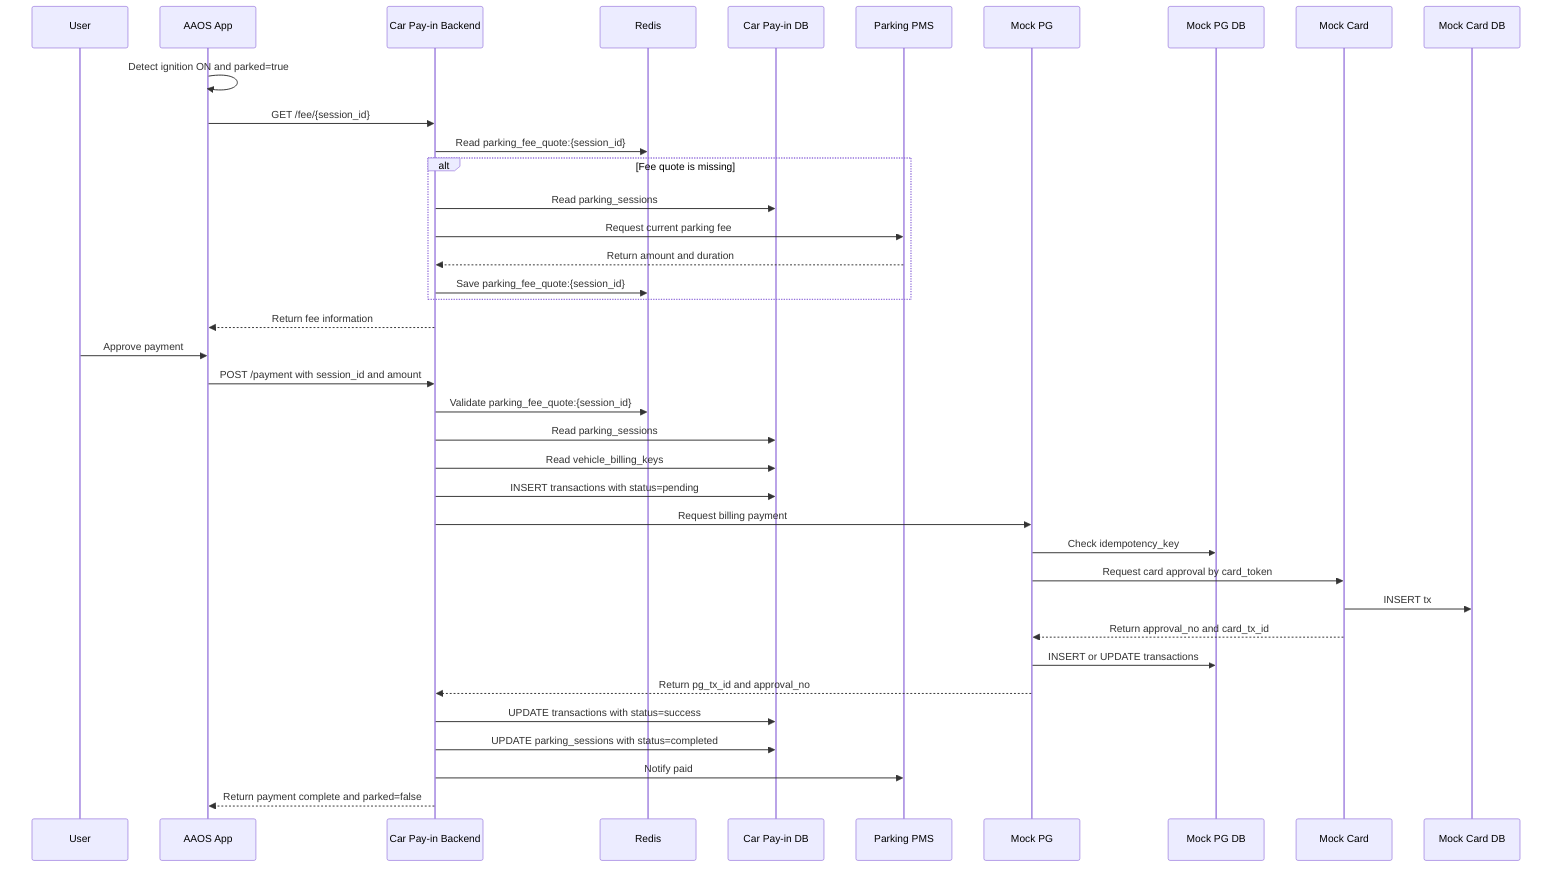
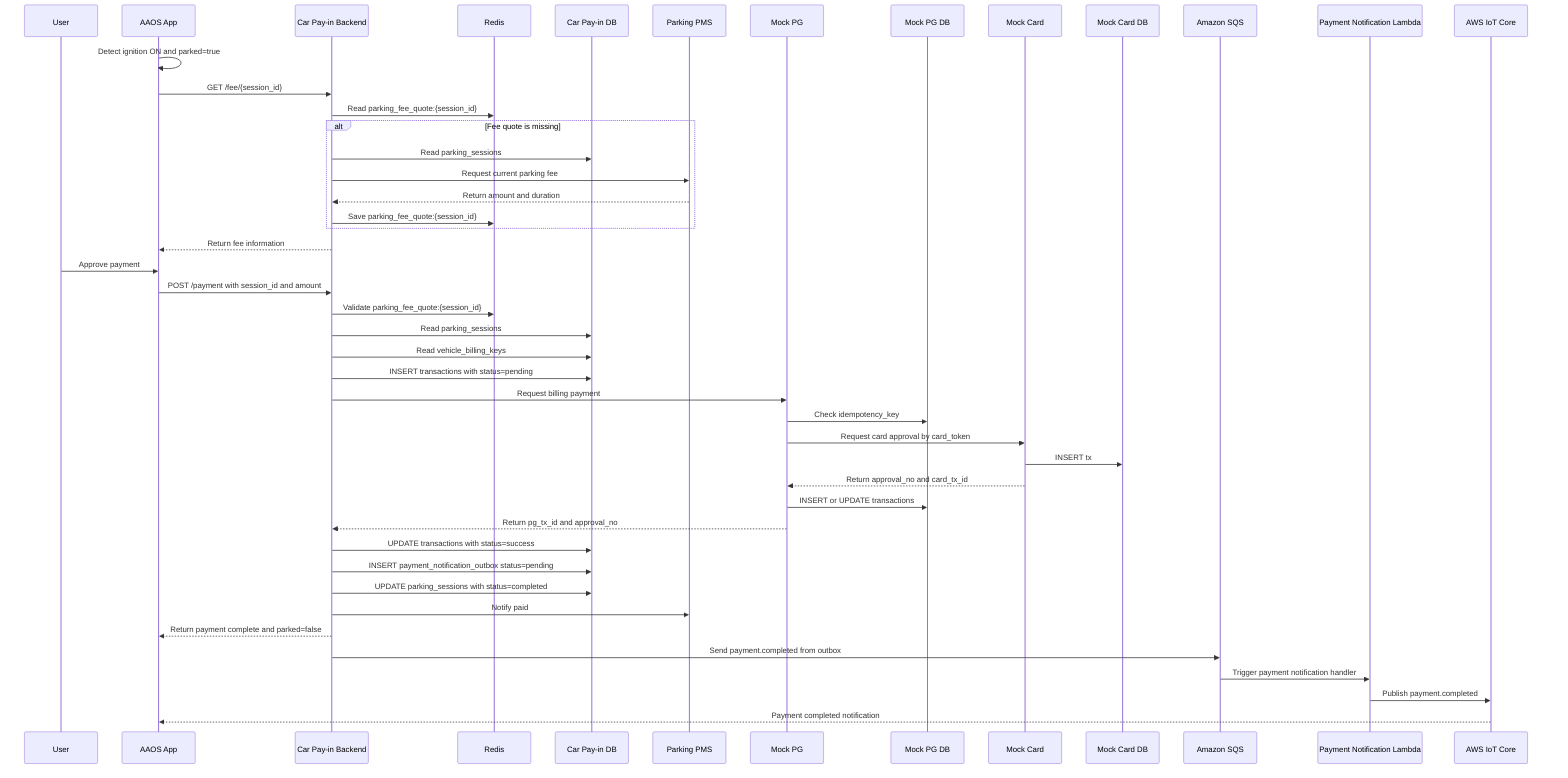
sequenceDiagram
    participant User as User
    participant App as AAOS App
    participant Backend as Car Pay-in Backend
    participant Redis as Redis
    participant DB as Car Pay-in DB
    participant PMS as Parking PMS
    participant PG as Mock PG
    participant PGDB as Mock PG DB
    participant Card as Mock Card
    participant CardDB as Mock Card DB
+     participant SQS as Amazon SQS
+     participant Lambda as Payment Notification Lambda
+     participant IoT as AWS IoT Core

    App->>App: Detect ignition ON and parked=true
    App->>Backend: GET /fee/{session_id}

    Backend->>Redis: Read parking_fee_quote:{session_id}
    alt Fee quote is missing
        Backend->>DB: Read parking_sessions
        Backend->>PMS: Request current parking fee
        PMS-->>Backend: Return amount and duration
        Backend->>Redis: Save parking_fee_quote:{session_id}
    end

    Backend-->>App: Return fee information
    User->>App: Approve payment

    App->>Backend: POST /payment with session_id and amount
    Backend->>Redis: Validate parking_fee_quote:{session_id}
    Backend->>DB: Read parking_sessions
    Backend->>DB: Read vehicle_billing_keys
    Backend->>DB: INSERT transactions with status=pending

    Backend->>PG: Request billing payment
    PG->>PGDB: Check idempotency_key
    PG->>Card: Request card approval by card_token
    Card->>CardDB: INSERT tx
    Card-->>PG: Return approval_no and card_tx_id
    PG->>PGDB: INSERT or UPDATE transactions
    PG-->>Backend: Return pg_tx_id and approval_no

    Backend->>DB: UPDATE transactions with status=success
+     Backend->>DB: INSERT payment_notification_outbox status=pending
    Backend->>DB: UPDATE parking_sessions with status=completed
    Backend->>PMS: Notify paid
    Backend-->>App: Return payment complete and parked=false
+     Backend->>SQS: Send payment.completed from outbox
+     SQS->>Lambda: Trigger payment notification handler
+     Lambda->>IoT: Publish payment.completed
+     IoT-->>App: Payment completed notification
